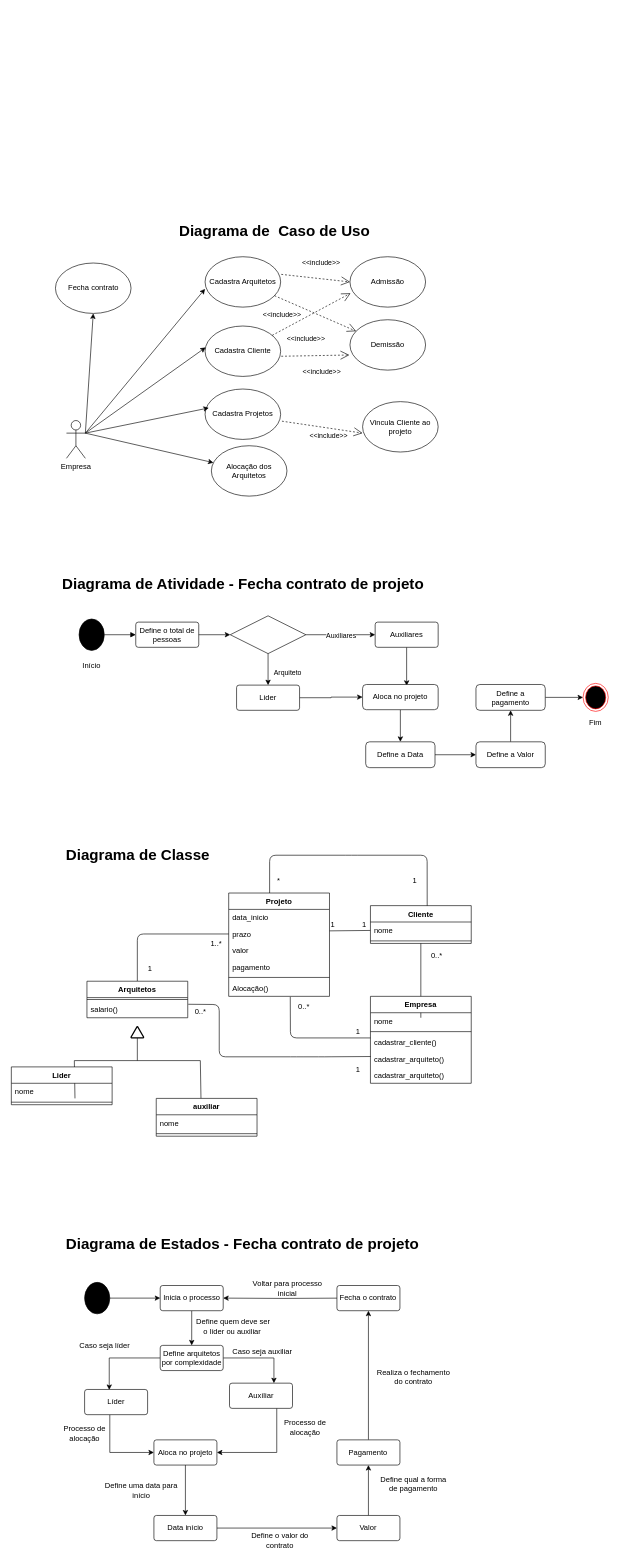
EdneiFNeto/UML keeps this draw.io diagram as Untitled Diagram.drawio. Above is the earlier version. Source tidied: cells renumbered, new cells numbered last; positions are measured from the earlier drawing's top-left corner, leaving out a move shared by most shapes. Both pictures are drawn from the tidied source at 63%, with x=0, y=0 at pixel (11, 219).
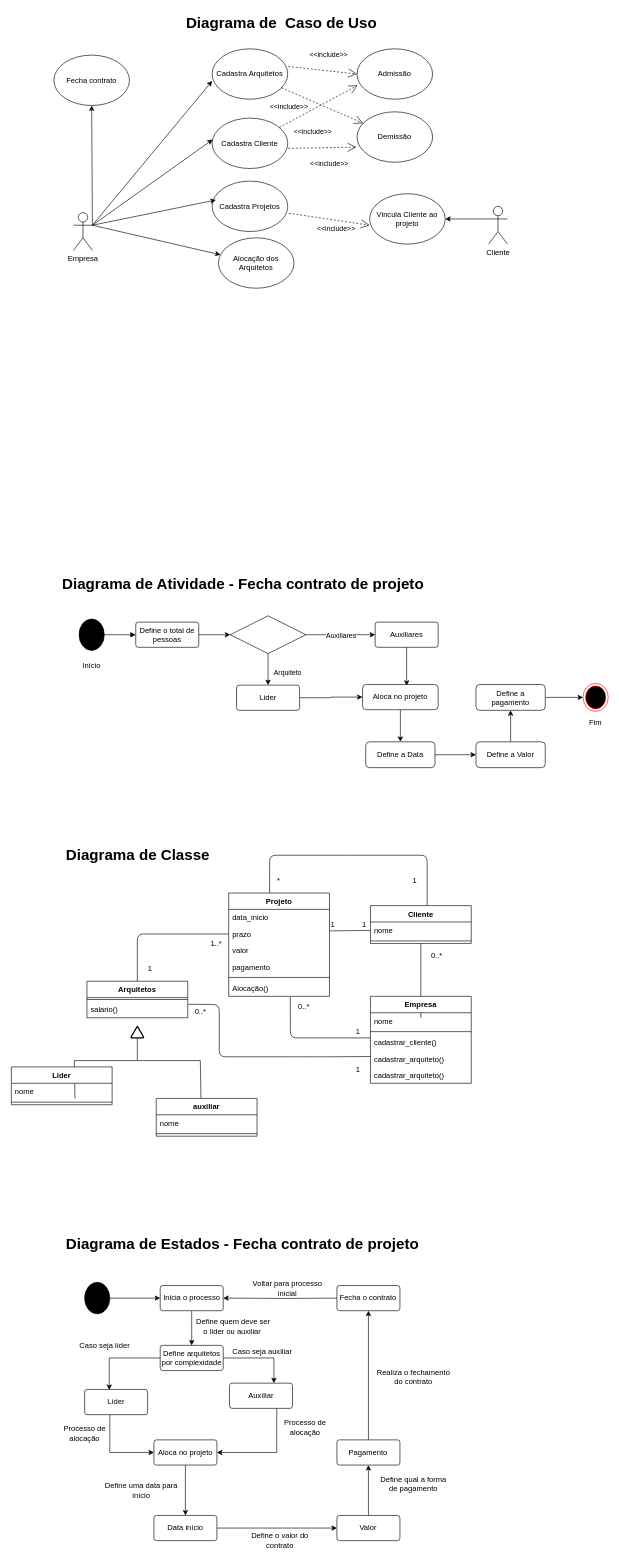
After the change.

Commit message:
add cliente ao projeto

Diff of the diagram source:
```diff
@@
     <mxCell id="2" value="Empresa" style="shape=umlActor;verticalLabelPosition=bottom;verticalAlign=top;html=1;outlineConnect=0;" parent="1" vertex="1">
-      <mxGeometry x="88" y="320" width="30" height="60" as="geometry" />
+      <mxGeometry x="99.2" y="-10" width="30" height="60" as="geometry" />
     </mxCell>
     <mxCell id="3" value="Cadastra Arquitetos" style="ellipse;whiteSpace=wrap;html=1;" parent="1" vertex="1">
-      <mxGeometry x="308" y="60" width="120" height="80" as="geometry" />
+      <mxGeometry x="319.2" y="-270" width="120" height="80" as="geometry" />
     </mxCell>
     <mxCell id="4" value="Cadastra Cliente" style="ellipse;whiteSpace=wrap;html=1;" parent="1" vertex="1">
-      <mxGeometry x="308" y="170" width="120" height="80" as="geometry" />
+      <mxGeometry x="319.2" y="-160" width="120" height="80" as="geometry" />
     </mxCell>
@@
     <mxCell id="6" value="Cadastra Projetos" style="ellipse;whiteSpace=wrap;html=1;" parent="1" vertex="1">
-      <mxGeometry x="308" y="270" width="120" height="80" as="geometry" />
+      <mxGeometry x="319.2" y="-60" width="120" height="80" as="geometry" />
     </mxCell>
     <mxCell id="7" style="endArrow=classic;html=1;entryX=0.05;entryY=0.375;entryDx=0;entryDy=0;entryPerimeter=0;" parent="1" edge="1" target="6">
       <mxGeometry relative="1" as="geometry">
-        <mxPoint x="118" y="340" as="sourcePoint" />
+        <mxPoint x="129.2" y="10" as="sourcePoint" />
       </mxGeometry>
     </mxCell>
     <mxCell id="8" style="endArrow=classic;html=1;entryX=0;entryY=0.638;entryDx=0;entryDy=0;entryPerimeter=0;" parent="1" edge="1" target="3">
       <mxGeometry relative="1" as="geometry">
-        <mxPoint x="118" y="340" as="sourcePoint" />
+        <mxPoint x="129.2" y="10" as="sourcePoint" />
       </mxGeometry>
     </mxCell>
     <mxCell id="9" value="Fecha contrato" style="ellipse;whiteSpace=wrap;html=1;" parent="1" vertex="1">
-      <mxGeometry x="70.5" y="70" width="120" height="80" as="geometry" />
+      <mxGeometry x="68" y="-260" width="120" height="80" as="geometry" />
     </mxCell>
     <mxCell id="10" style="endArrow=classic;html=1;entryX=0.5;entryY=1;entryDx=0;entryDy=0;" parent="1" edge="1" target="9">
       <mxGeometry relative="1" as="geometry">
-        <mxPoint x="118" y="340" as="sourcePoint" />
+        <mxPoint x="129.2" y="10" as="sourcePoint" />
       </mxGeometry>
     </mxCell>
     <mxCell id="11" value="Alocação dos Arquitetos" style="ellipse;whiteSpace=wrap;html=1;" parent="1" vertex="1">
-      <mxGeometry x="318" y="360" width="120" height="80" as="geometry" />
+      <mxGeometry x="329.2" y="30" width="120" height="80" as="geometry" />
     </mxCell>
     <mxCell id="12" style="endArrow=classic;html=1;" parent="1" edge="1" target="11">
       <mxGeometry relative="1" as="geometry">
-        <mxPoint x="118" y="340" as="sourcePoint" />
+        <mxPoint x="129.2" y="10" as="sourcePoint" />
       </mxGeometry>
     </mxCell>
     <mxCell id="13" value="Vincula Cliente ao projeto" style="ellipse;whiteSpace=wrap;html=1;" parent="1" vertex="1">
-      <mxGeometry x="558" y="290" width="120" height="80" as="geometry" />
+      <mxGeometry x="569.2" y="-40" width="120" height="80" as="geometry" />
     </mxCell>
     <mxCell id="14" value="&amp;lt;&amp;lt;include&amp;gt;&amp;gt;" style="endArrow=open;endSize=12;dashed=1;html=1;exitX=1.017;exitY=0.638;exitDx=0;exitDy=0;exitPerimeter=0;" parent="1" edge="1" source="6">
       <mxGeometry x="0.19" y="-13" relative="1" as="geometry">
-        <mxPoint x="558" y="340" as="targetPoint" />
+        <mxPoint x="569.2" y="10" as="targetPoint" />
       </mxGeometry>
     </mxCell>
     <mxCell id="15" value="Admissão" style="ellipse;whiteSpace=wrap;html=1;" parent="1" vertex="1">
-      <mxGeometry x="538" y="60" width="120" height="80" as="geometry" />
+      <mxGeometry x="549.2" y="-270" width="120" height="80" as="geometry" />
     </mxCell>
     <mxCell id="16" value="Demissão" style="ellipse;whiteSpace=wrap;html=1;" parent="1" vertex="1">
-      <mxGeometry x="538" y="160" width="120" height="80" as="geometry" />
+      <mxGeometry x="549.2" y="-170" width="120" height="80" as="geometry" />
     </mxCell>
@@
     <mxCell id="127" value="Diagrama de&amp;nbsp; Caso de Uso" style="text;strokeColor=none;fillColor=none;html=1;fontSize=24;fontStyle=1;verticalAlign=middle;align=center;" parent="1" vertex="1">
-      <mxGeometry x="368" width="100" height="40" as="geometry" />
+      <mxGeometry x="379.2" y="-330" width="100" height="40" as="geometry" />
     </mxCell>
+    <mxCell id="128" style="edgeStyle=orthogonalEdgeStyle;rounded=0;jettySize=auto;html=1;" parent="1" edge="1" source="129" target="13">
+      <mxGeometry relative="1" as="geometry">
+        <Array as="points">
+          <mxPoint x="738" />
+          <mxPoint x="738" />
+        </Array>
+      </mxGeometry>
+    </mxCell>
+    <mxCell id="129" value="Cliente" style="shape=umlActor;verticalLabelPosition=bottom;verticalAlign=top;html=1;outlineConnect=0;" parent="1" vertex="1">
+      <mxGeometry x="758" y="-20" width="30" height="60" as="geometry" />
+    </mxCell>
```
